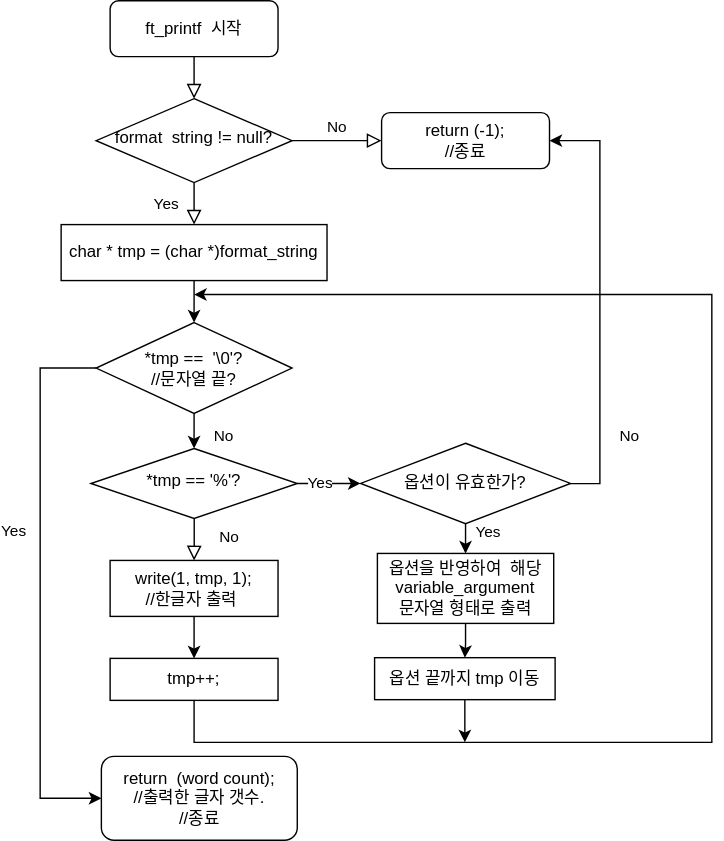
Before: ft_printf/ft_printf_flowchart.svg, a diagram exported from draw.io (hongsam14/42_cursus). Source tidied: cells renumbered, new cells last; positions are measured from the earlier drawing's top-left corner, leaving out a move shared by most shapes.
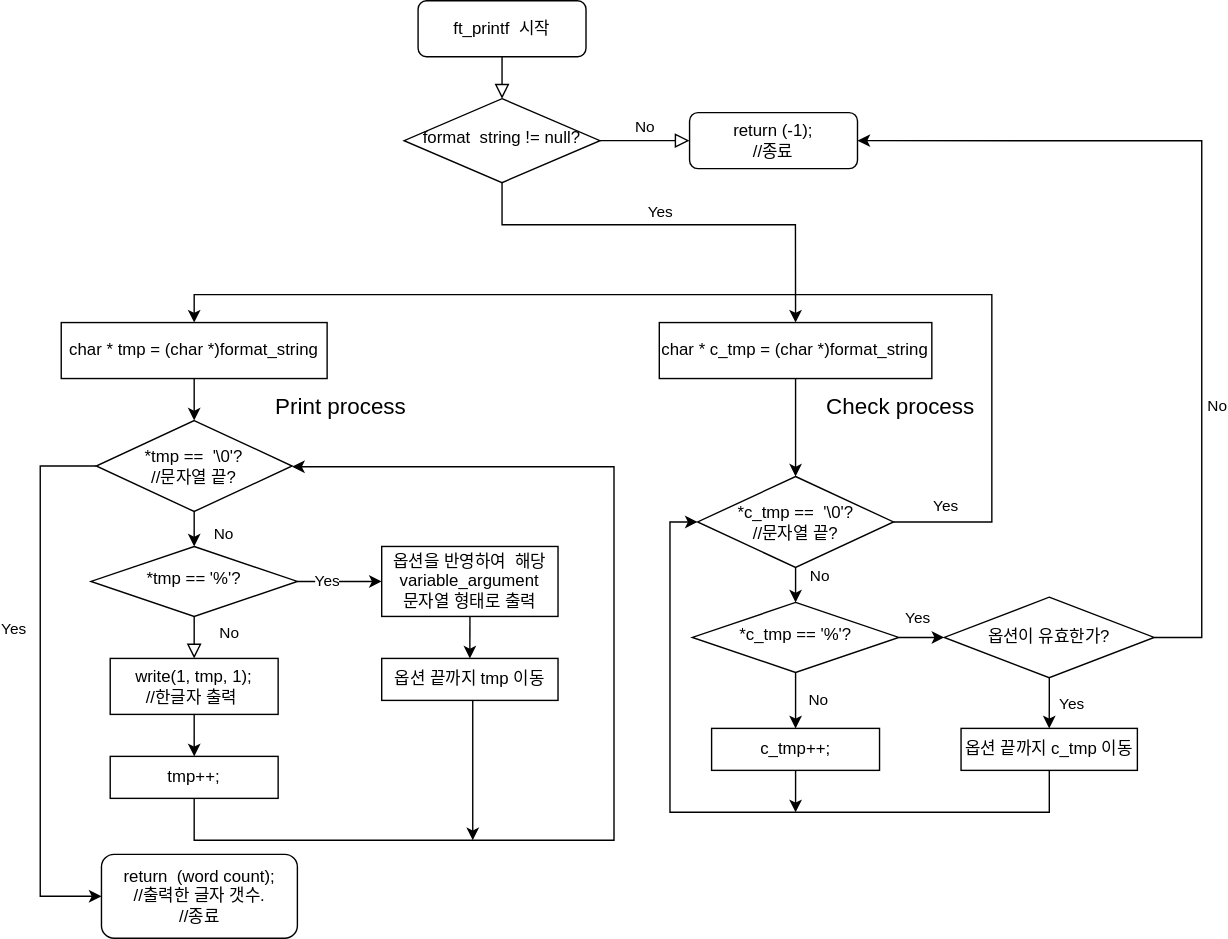
After the change.

The edit, as a diff of the source:
```diff
@@ -8,12 +8,22 @@
     <mxCell id="3" value="ft_printf &amp;nbsp;시작" style="rounded=1;whiteSpace=wrap;html=1;fontSize=12;glass=0;strokeWidth=1;shadow=0;" parent="1" vertex="1">
       <mxGeometry x="50" width="120" height="40" as="geometry" />
     </mxCell>
-    <mxCell id="4" value="Yes" style="rounded=0;html=1;jettySize=auto;fontSize=11;endArrow=block;endFill=0;endSize=8;strokeWidth=1;shadow=0;labelBackgroundColor=none;edgeStyle=orthogonalEdgeStyle;entryX=0.5;entryY=0;entryDx=0;entryDy=0;" parent="1" edge="1" source="6" target="13">
-      <mxGeometry y="20" relative="1" as="geometry" />
-    </mxCell>
     <mxCell id="5" value="No" style="edgeStyle=orthogonalEdgeStyle;rounded=0;html=1;jettySize=auto;fontSize=11;endArrow=block;endFill=0;endSize=8;strokeWidth=1;shadow=0;labelBackgroundColor=none;" parent="1" edge="1" source="6" target="7">
       <mxGeometry y="10" relative="1" as="geometry" />
     </mxCell>
+    <mxCell id="31" style="edgeStyle=orthogonalEdgeStyle;rounded=0;jettySize=auto;html=1;entryX=0.5;entryY=0;entryDx=0;entryDy=0;" parent="1" edge="1" source="6" target="50">
+      <mxGeometry relative="1" as="geometry">
+        <Array as="points">
+          <mxPoint x="110" y="160" />
+          <mxPoint x="320" y="160" />
+        </Array>
+      </mxGeometry>
+    </mxCell>
+    <mxCell id="32" value="Yes" style="edgeLabel;html=1;align=center;verticalAlign=middle;" parent="31" vertex="1">
+      <mxGeometry x="-0.01" y="-3" relative="1" as="geometry">
+        <mxPoint x="-11.6" y="-13" as="offset" />
+      </mxGeometry>
+    </mxCell>
     <mxCell id="6" value="format &amp;nbsp;string != null?" style="rhombus;whiteSpace=wrap;html=1;shadow=0;fontFamily=Helvetica;fontSize=12;align=center;strokeWidth=1;spacing=6;spacingTop=-4;" parent="1" vertex="1">
       <mxGeometry x="40" y="70" width="140" height="60" as="geometry" />
     </mxCell>
@@ -25,32 +35,32 @@
         <mxPoint x="5" y="3" as="offset" />
       </mxGeometry>
     </mxCell>
-    <mxCell id="9" value="Yes" style="edgeStyle=orthogonalEdgeStyle;rounded=0;jettySize=auto;html=1;entryX=0;entryY=0.5;entryDx=0;entryDy=0;" parent="1" edge="1" source="10" target="26">
+    <mxCell id="9" value="Yes" style="edgeStyle=orthogonalEdgeStyle;rounded=0;jettySize=auto;html=1;entryX=0;entryY=0.5;entryDx=0;entryDy=0;" parent="1" edge="1" source="10" target="28">
       <mxGeometry x="-0.28" relative="1" as="geometry" />
     </mxCell>
     <mxCell id="10" value="*tmp == '%'?" style="rhombus;whiteSpace=wrap;html=1;shadow=0;fontFamily=Helvetica;fontSize=12;align=center;strokeWidth=1;spacing=6;spacingTop=-4;" parent="1" vertex="1">
-      <mxGeometry x="36.2" y="320" width="147.5" height="50" as="geometry" />
+      <mxGeometry x="-183.8" y="390" width="147.5" height="50" as="geometry" />
     </mxCell>
     <mxCell id="11" value="return &amp;nbsp;(word count);&lt;br&gt;//출력한 글자 갯수.&lt;br&gt;//종료" style="rounded=1;whiteSpace=wrap;html=1;fontSize=12;glass=0;strokeWidth=1;shadow=0;sketch=0;" parent="1" vertex="1">
-      <mxGeometry x="43.8" y="540" width="140" height="60" as="geometry" />
+      <mxGeometry x="-176.2" y="610" width="140" height="60" as="geometry" />
     </mxCell>
     <mxCell id="12" style="edgeStyle=orthogonalEdgeStyle;rounded=0;jettySize=auto;html=1;entryX=0.5;entryY=0;entryDx=0;entryDy=0;" parent="1" edge="1" source="13" target="20">
       <mxGeometry relative="1" as="geometry" />
     </mxCell>
     <mxCell id="13" value="char * tmp = (char *)format_string" style="rounded=0;whiteSpace=wrap;html=1;" parent="1" vertex="1">
-      <mxGeometry x="15" y="160" width="190" height="40" as="geometry" />
+      <mxGeometry x="-205" y="230" width="190" height="40" as="geometry" />
     </mxCell>
     <mxCell id="14" style="edgeStyle=orthogonalEdgeStyle;rounded=0;jettySize=auto;html=1;entryX=0.5;entryY=0;entryDx=0;entryDy=0;" parent="1" edge="1" source="15" target="22">
       <mxGeometry relative="1" as="geometry" />
     </mxCell>
     <mxCell id="15" value="&lt;span&gt;write(1, tmp, 1);&lt;/span&gt;&lt;br&gt;&lt;span&gt;//한글자 출력&amp;nbsp;&lt;/span&gt;" style="rounded=0;whiteSpace=wrap;html=1;sketch=0;" parent="1" vertex="1">
-      <mxGeometry x="50" y="400" width="120" height="40" as="geometry" />
+      <mxGeometry x="-170" y="470" width="120" height="40" as="geometry" />
     </mxCell>
     <mxCell id="16" style="edgeStyle=orthogonalEdgeStyle;rounded=0;jettySize=auto;html=1;entryX=0;entryY=0.5;entryDx=0;entryDy=0;exitX=0;exitY=0.5;exitDx=0;exitDy=0;" parent="1" edge="1" source="20" target="11">
       <mxGeometry relative="1" as="geometry">
         <Array as="points">
-          <mxPoint y="263" />
-          <mxPoint y="570" />
+          <mxPoint x="-220" y="333" />
+          <mxPoint x="-220" y="640" />
         </Array>
       </mxGeometry>
     </mxCell>
@@ -68,58 +78,137 @@
       </mxGeometry>
     </mxCell>
     <mxCell id="20" value="*tmp == &amp;nbsp;'\0'?&lt;br&gt;//문자열 끝?" style="rhombus;whiteSpace=wrap;html=1;sketch=0;" parent="1" vertex="1">
-      <mxGeometry x="40" y="230" width="140" height="65" as="geometry" />
+      <mxGeometry x="-180" y="300" width="140" height="65" as="geometry" />
     </mxCell>
     <mxCell id="21" style="edgeStyle=orthogonalEdgeStyle;rounded=0;jettySize=auto;html=1;" parent="1" edge="1" source="22">
       <mxGeometry relative="1" as="geometry">
-        <mxPoint x="110" y="210" as="targetPoint" />
+        <mxPoint x="-40" y="333" as="targetPoint" />
         <Array as="points">
-          <mxPoint x="110" y="530" />
-          <mxPoint x="480" y="530" />
-          <mxPoint x="480" y="210" />
+          <mxPoint x="-110" y="600" />
+          <mxPoint x="190" y="600" />
+          <mxPoint x="190" y="333" />
         </Array>
       </mxGeometry>
     </mxCell>
     <mxCell id="22" value="tmp++;" style="rounded=0;whiteSpace=wrap;html=1;sketch=0;" parent="1" vertex="1">
-      <mxGeometry x="50" y="470" width="120" height="30" as="geometry" />
+      <mxGeometry x="-170" y="540" width="120" height="30" as="geometry" />
     </mxCell>
-    <mxCell id="23" value="Yes" style="edgeStyle=orthogonalEdgeStyle;rounded=0;jettySize=auto;html=1;entryX=0.5;entryY=0;entryDx=0;entryDy=0;" parent="1" edge="1" source="26" target="28">
-      <mxGeometry x="0.49" y="16" relative="1" as="geometry" />
-    </mxCell>
+    <mxCell id="33" style="edgeStyle=orthogonalEdgeStyle;rounded=0;jettySize=auto;html=1;entryX=0.5;entryY=0;entryDx=0;entryDy=0;" parent="1" edge="1" source="26" target="46">
+      <mxGeometry relative="1" as="geometry" />
+    </mxCell>
+    <mxCell id="34" value="Yes" style="edgeLabel;html=1;align=center;verticalAlign=middle;" parent="33" vertex="1">
+      <mxGeometry x="-0.16" y="2" relative="1" as="geometry">
+        <mxPoint x="13" as="offset" />
+      </mxGeometry>
+    </mxCell>
     <mxCell id="24" style="edgeStyle=orthogonalEdgeStyle;rounded=0;jettySize=auto;html=1;entryX=1;entryY=0.5;entryDx=0;entryDy=0;" parent="1" edge="1" source="26" target="7">
       <mxGeometry relative="1" as="geometry">
         <Array as="points">
-          <mxPoint x="400" y="345" />
-          <mxPoint x="400" y="100" />
+          <mxPoint x="610" y="455" />
+          <mxPoint x="610" y="100" />
         </Array>
       </mxGeometry>
     </mxCell>
-    <mxCell id="25" value="No" style="edgeLabel;html=1;align=center;verticalAlign=middle;" parent="24" vertex="1">
-      <mxGeometry x="0.37" y="-2" relative="1" as="geometry">
-        <mxPoint x="18" y="150.6" as="offset" />
-      </mxGeometry>
-    </mxCell>
+    <mxCell id="35" value="No" style="edgeLabel;html=1;align=center;verticalAlign=middle;" parent="24" vertex="1">
+      <mxGeometry x="-0.43" y="1" relative="1" as="geometry">
+        <mxPoint x="11" y="-17.4" as="offset" />
+      </mxGeometry>
+    </mxCell>
     <mxCell id="26" value="옵션이 유효한가?" style="rhombus;whiteSpace=wrap;html=1;sketch=0;" parent="1" vertex="1">
-      <mxGeometry x="229" y="316.2" width="150" height="57.5" as="geometry" />
+      <mxGeometry x="426" y="426.2" width="150" height="57.5" as="geometry" />
     </mxCell>
-    <mxCell id="27" style="edgeStyle=orthogonalEdgeStyle;rounded=0;jettySize=auto;html=1;entryX=0.5;entryY=0;entryDx=0;entryDy=0;" parent="1" edge="1" source="28" target="30">
+    <mxCell id="27" style="edgeStyle=orthogonalEdgeStyle;rounded=0;jettySize=auto;html=1;entryX=0.5;entryY=0;entryDx=0;entryDy=0;entryPerimeter=0;" parent="1" edge="1" source="28" target="30">
       <mxGeometry relative="1" as="geometry">
         <Array as="points">
-          <mxPoint x="304" y="460" />
-          <mxPoint x="304" y="460" />
+          <mxPoint x="87" y="440" />
+          <mxPoint x="87" y="440" />
         </Array>
       </mxGeometry>
     </mxCell>
     <mxCell id="28" value="옵션을 반영하여 &amp;nbsp;해당&lt;br&gt;variable_argument&lt;br&gt;문자열 형태로 출력" style="rounded=0;whiteSpace=wrap;html=1;sketch=0;" parent="1" vertex="1">
-      <mxGeometry x="241" y="395" width="126" height="50" as="geometry" />
+      <mxGeometry x="24" y="390" width="126" height="50" as="geometry" />
     </mxCell>
     <mxCell id="29" style="edgeStyle=orthogonalEdgeStyle;rounded=0;jettySize=auto;html=1;" parent="1" edge="1" source="30">
       <mxGeometry relative="1" as="geometry">
-        <mxPoint x="303.5" y="530" as="targetPoint" />
+        <mxPoint x="89" y="600" as="targetPoint" />
+        <Array as="points">
+          <mxPoint x="89" y="600" />
+        </Array>
       </mxGeometry>
     </mxCell>
     <mxCell id="30" value="옵션 끝까지 tmp 이동" style="rounded=0;whiteSpace=wrap;html=1;sketch=0;" parent="1" vertex="1">
-      <mxGeometry x="239" y="469.5" width="129" height="30" as="geometry" />
+      <mxGeometry x="24" y="470" width="126" height="30" as="geometry" />
     </mxCell>
+    <mxCell id="36" style="edgeStyle=orthogonalEdgeStyle;rounded=0;jettySize=auto;html=1;entryX=0;entryY=0.5;entryDx=0;entryDy=0;" parent="1" edge="1" source="39" target="26">
+      <mxGeometry relative="1" as="geometry" />
+    </mxCell>
+    <mxCell id="37" value="Yes" style="edgeLabel;html=1;align=center;verticalAlign=middle;" parent="36" vertex="1">
+      <mxGeometry x="-0.52" y="3" relative="1" as="geometry">
+        <mxPoint x="1" y="-12" as="offset" />
+      </mxGeometry>
+    </mxCell>
+    <mxCell id="38" value="No" style="edgeStyle=orthogonalEdgeStyle;rounded=0;jettySize=auto;html=1;entryX=0.5;entryY=0;entryDx=0;entryDy=0;" parent="1" edge="1" source="39" target="48">
+      <mxGeometry y="16" relative="1" as="geometry" />
+    </mxCell>
+    <mxCell id="39" value="*c_tmp == '%'?" style="rhombus;whiteSpace=wrap;html=1;shadow=0;fontFamily=Helvetica;fontSize=12;align=center;strokeWidth=1;spacing=6;spacingTop=-4;" parent="1" vertex="1">
+      <mxGeometry x="246" y="430" width="147.5" height="50" as="geometry" />
+    </mxCell>
+    <mxCell id="40" style="edgeStyle=orthogonalEdgeStyle;rounded=0;jettySize=auto;html=1;entryX=0.5;entryY=0;entryDx=0;entryDy=0;" parent="1" edge="1" source="44" target="39">
+      <mxGeometry relative="1" as="geometry" />
+    </mxCell>
+    <mxCell id="41" value="No" style="edgeLabel;html=1;align=center;verticalAlign=middle;" parent="40" vertex="1">
+      <mxGeometry x="0.24" y="-3" relative="1" as="geometry">
+        <mxPoint x="13.2" as="offset" />
+      </mxGeometry>
+    </mxCell>
+    <mxCell id="42" style="edgeStyle=orthogonalEdgeStyle;rounded=0;jettySize=auto;html=1;entryX=0.5;entryY=0;entryDx=0;entryDy=0;" parent="1" edge="1" source="44" target="13">
+      <mxGeometry relative="1" as="geometry">
+        <Array as="points">
+          <mxPoint x="460" y="373" />
+          <mxPoint x="460" y="210" />
+          <mxPoint x="-110" y="210" />
+        </Array>
+      </mxGeometry>
+    </mxCell>
+    <mxCell id="43" value="Yes" style="edgeLabel;html=1;align=center;verticalAlign=middle;" parent="42" vertex="1">
+      <mxGeometry x="-0.92" y="3" relative="1" as="geometry">
+        <mxPoint x="5.2" y="-9.5" as="offset" />
+      </mxGeometry>
+    </mxCell>
+    <mxCell id="44" value="*c_tmp == &amp;nbsp;'\0'?&lt;br&gt;//문자열 끝?" style="rhombus;whiteSpace=wrap;html=1;sketch=0;" parent="1" vertex="1">
+      <mxGeometry x="249.8" y="340" width="140" height="65" as="geometry" />
+    </mxCell>
+    <mxCell id="45" style="edgeStyle=orthogonalEdgeStyle;rounded=0;jettySize=auto;html=1;entryX=0;entryY=0.5;entryDx=0;entryDy=0;" parent="1" edge="1" source="46" target="44">
+      <mxGeometry relative="1" as="geometry">
+        <Array as="points">
+          <mxPoint x="501" y="580" />
+          <mxPoint x="230" y="580" />
+          <mxPoint x="230" y="373" />
+        </Array>
+      </mxGeometry>
+    </mxCell>
+    <mxCell id="46" value="옵션 끝까지 c_tmp 이동" style="rounded=0;whiteSpace=wrap;html=1;sketch=0;" parent="1" vertex="1">
+      <mxGeometry x="438" y="520" width="126" height="30" as="geometry" />
+    </mxCell>
+    <mxCell id="47" style="edgeStyle=orthogonalEdgeStyle;rounded=0;jettySize=auto;html=1;" parent="1" edge="1" source="48">
+      <mxGeometry relative="1" as="geometry">
+        <mxPoint x="319.8" y="580" as="targetPoint" />
+      </mxGeometry>
+    </mxCell>
+    <mxCell id="48" value="c_tmp++;" style="rounded=0;whiteSpace=wrap;html=1;sketch=0;" parent="1" vertex="1">
+      <mxGeometry x="259.8" y="520" width="120" height="30" as="geometry" />
+    </mxCell>
+    <mxCell id="49" style="edgeStyle=orthogonalEdgeStyle;rounded=0;jettySize=auto;html=1;entryX=0.5;entryY=0;entryDx=0;entryDy=0;" parent="1" edge="1" source="50" target="44">
+      <mxGeometry relative="1" as="geometry" />
+    </mxCell>
+    <mxCell id="50" value="char * c_tmp = (char *)format_string" style="rounded=0;whiteSpace=wrap;html=1;" parent="1" vertex="1">
+      <mxGeometry x="222.4" y="230" width="194.8" height="40" as="geometry" />
+    </mxCell>
+    <mxCell id="51" value="&lt;font style=&quot;font-size: 16px&quot;&gt;Print process&lt;/font&gt;" style="text;html=1;strokeColor=none;fillColor=none;align=center;verticalAlign=middle;whiteSpace=wrap;rounded=0;sketch=0;" parent="1" vertex="1">
+      <mxGeometry x="-60" y="270" width="110" height="40" as="geometry" />
+    </mxCell>
+    <mxCell id="52" value="&lt;font style=&quot;font-size: 16px&quot;&gt;Check process&lt;/font&gt;" style="text;html=1;strokeColor=none;fillColor=none;align=center;verticalAlign=middle;whiteSpace=wrap;rounded=0;sketch=0;" parent="1" vertex="1">
+      <mxGeometry x="340" y="270" width="110" height="40" as="geometry" />
+    </mxCell>
   </root>
 </mxGraphModel>
```
